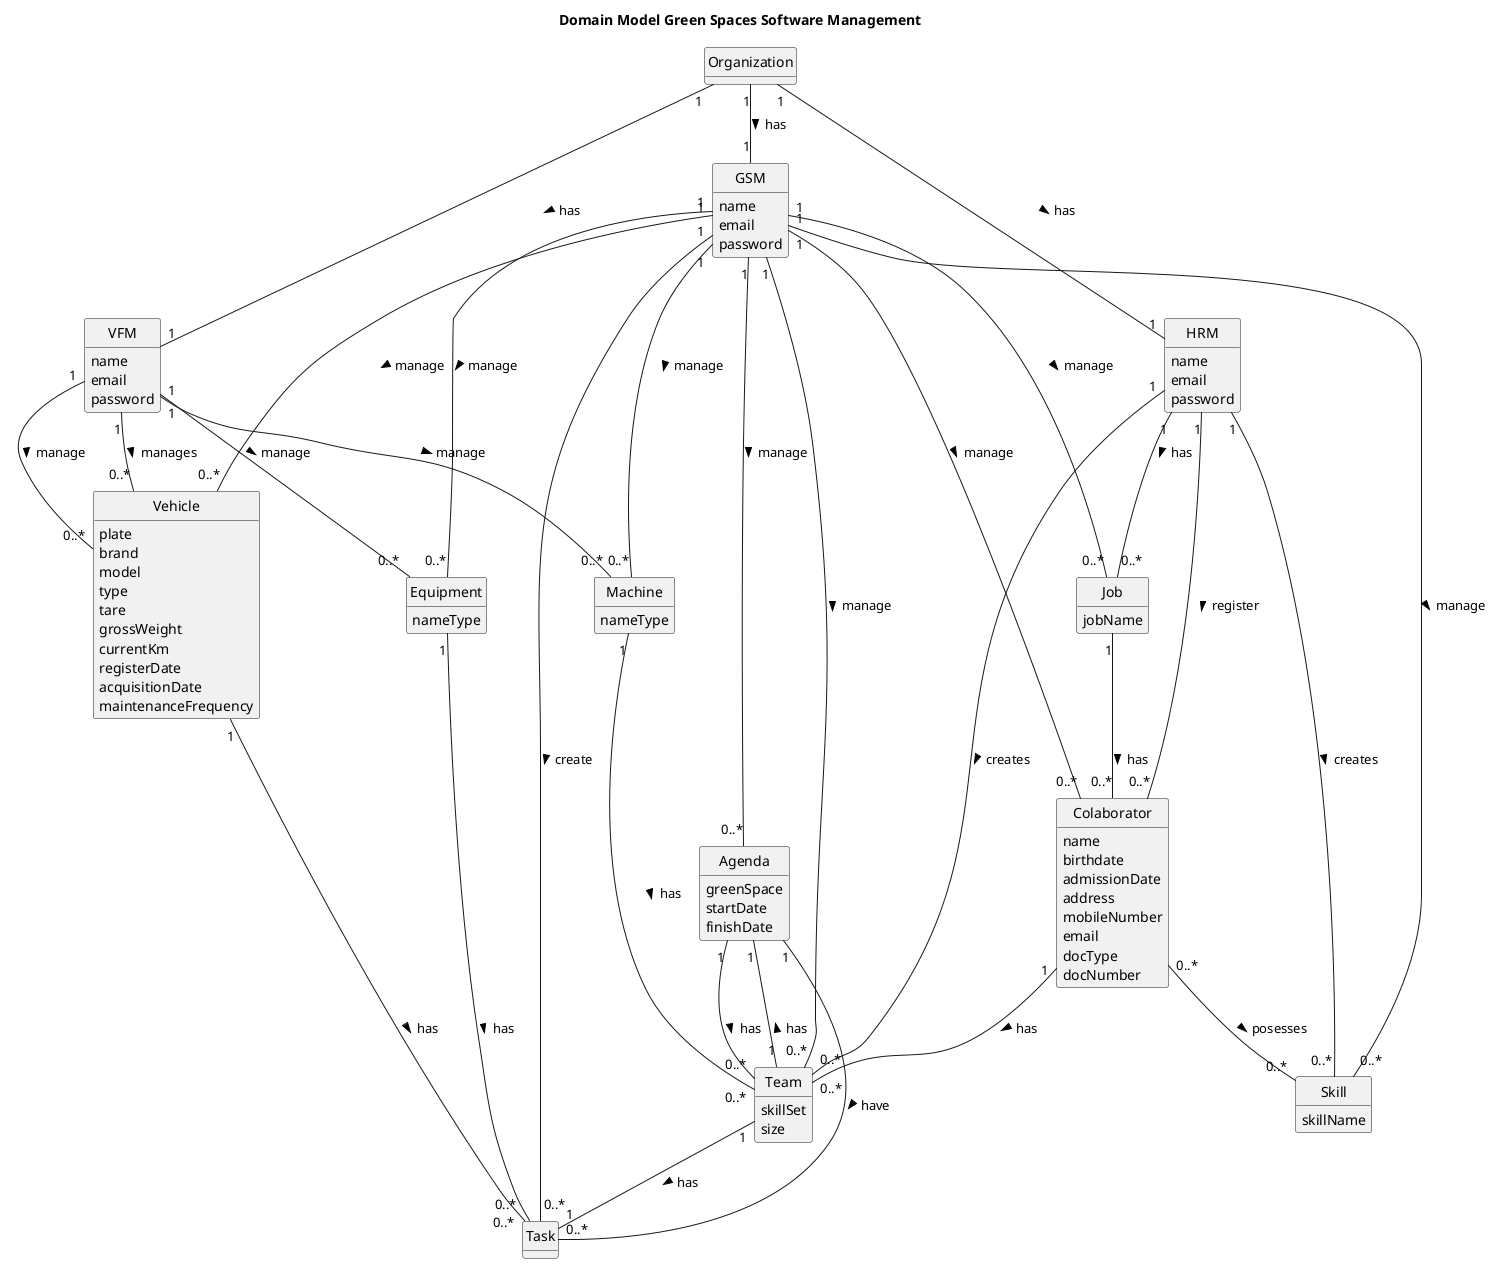
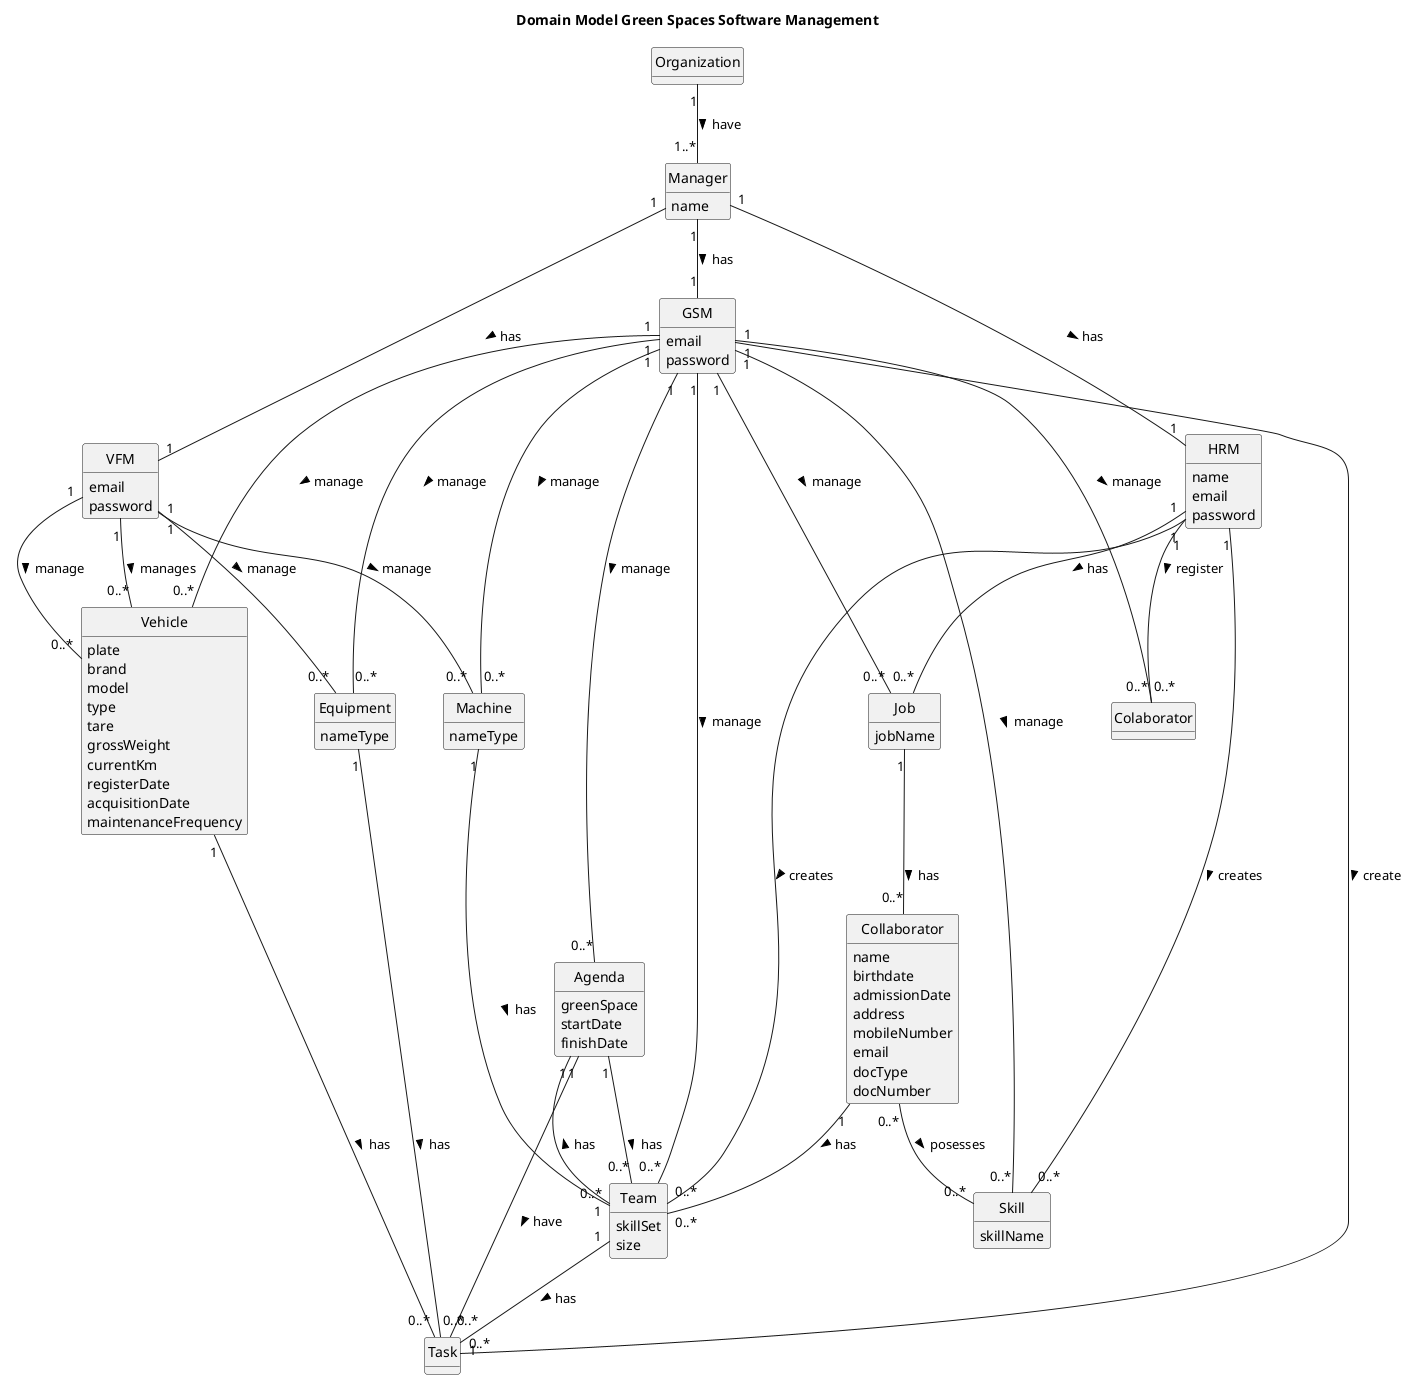
@startuml
skinparam monochrome true
skinparam packageStyle rectangle
skinparam shadowing false
'skinparam linetype ortho
'left to right direction
skinparam classAttributeIconSize 0
hide circle
hide methods
title Domain Model Green Spaces Software Management

'class Platform {
'  -description
'}

class Organization {
}

+ class Manager{
+     name
+ }
+ 
class Task {
}


class HRM{
    name
    email
    password
}

class Skill{
    skillName
}

class VFM{
-     name
    email
    password
}

class GSM{
-     name
    email
    password
}

class Vehicle{
    plate
    brand
    model
    type
    tare
    grossWeight
    currentKm
    registerDate
    acquisitionDate
    maintenanceFrequency
}

class Agenda{
    greenSpace
    startDate
    finishDate
}

class Equipment{
    nameType
}

class Job{
    jobName
}

class Machine{
    nameType
}

class Team{
    skillSet
    size
}


- class Colaborator {
+ class Collaborator {
    name
    birthdate
    admissionDate
    address
    mobileNumber
    email
    docType
    docNumber
}

+ Organization "1" -- "1..*" Manager : have >

- 
- Organization "1" -- "1" HRM : has >
- Organization "1" -- "1" VFM : has >
- Organization "1" -- "1" GSM : has >
+ Manager "1" -- "1" HRM : has >
+ Manager "1" -- "1" VFM : has >
+ Manager "1" -- "1" GSM : has >

HRM "1" -- "0..*" Colaborator : register >
HRM "1" -- "0..*" Job : has >
HRM "1" -- "0..*" Team : creates >
HRM "1" -- "0..*" Skill : creates >

VFM "1" -- "0..*" Vehicle : manage >
VFM "1" -- "0..*" Equipment : manage >
VFM "1" -- "0..*" Machine : manage >
VFM "1" -- "0..*" Vehicle : manages >

GSM "1" --- "0..*" Colaborator : manage >
GSM "1" --- "0..*" Vehicle : manage >
GSM "1" --- "0..*" Team : manage >
GSM "1" --- "0..*" Task : create >
GSM "1" --- "0..*" Equipment : manage >
GSM "1" --- "0..*" Job : manage >
GSM "1" --- "0..*" Machine : manage >
GSM "1" - "0..*" Agenda : manage >
GSM "1" --- "0..*" Skill : manage >

Vehicle "1" -- "0..*" Task : has >

Equipment "1" -- "0..*" Task : has >

- Colaborator "0..*" -- "0..*" Skill : posesses >
- Colaborator "1" -- "0..*" Team : has >
+ Collaborator "0..*" -- "0..*" Skill : posesses >
+ Collaborator "1" -- "0..*" Team : has >

- Job "1" -- "0..*" Colaborator : has >
+ Job "1" -- "0..*" Collaborator : has >

Team "1" -- "1" Task : has >
Team "1" -- "1" Agenda : has >

Machine "1" -- "0..*" Team : has >


Agenda "1" -- "0..*" Team : has >
Agenda "1" -- "0..*" Task : have >




@enduml